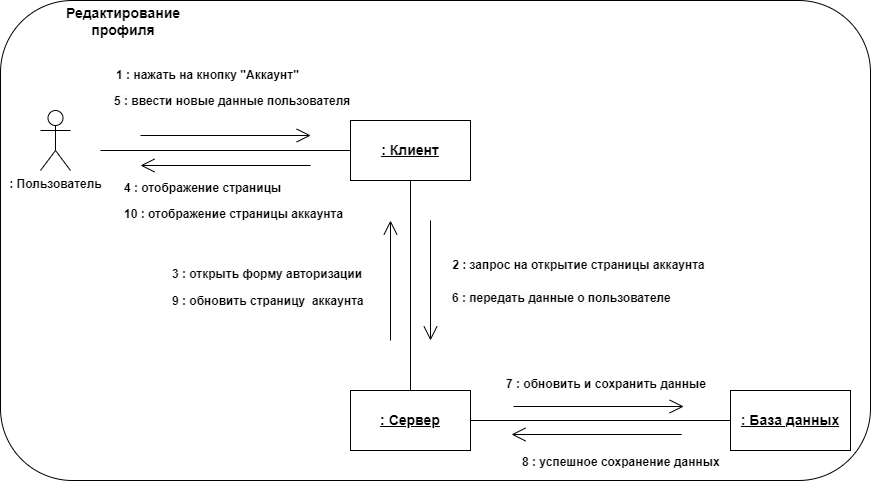
Zelelo622/TP-4.1-2 keeps this draw.io diagram as Diagrams/Диагарммы сотрудничества (Collaboration diagram)/Диаграмма сотрудничества_редактирование профиля.png. Above is the earlier version. Source tidied: cells renumbered, new cells last; positions are measured from the earlier drawing's top-left corner, leaving out a move shared by most shapes.
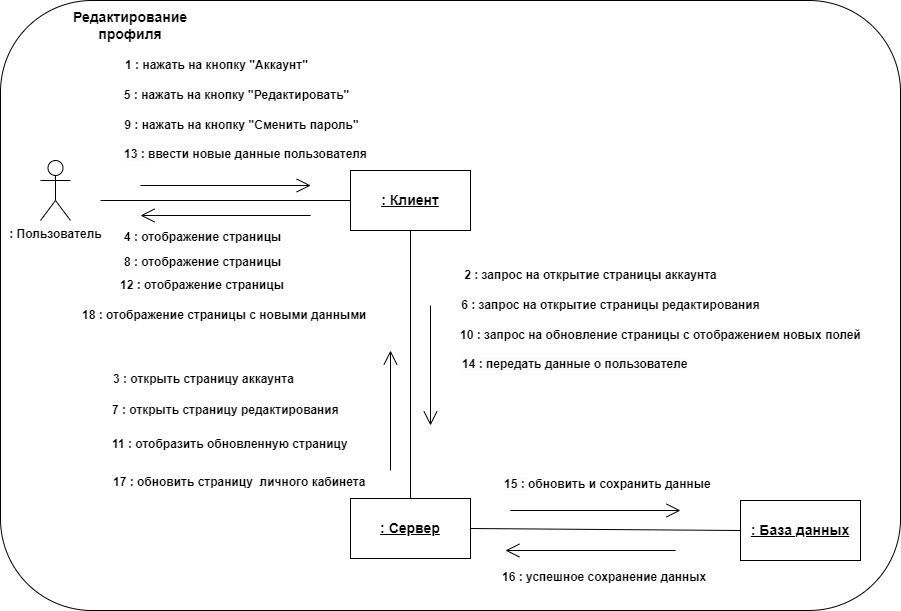
Above is the later version.

Commit message:
обновлены диаграммы последовательности, состояния, активности, use case, сотрудничества

The edit, as a diff of the source:
```diff
@@ -3,10 +3,10 @@
     <mxCell id="0" />
     <mxCell id="1" parent="0" />
     <mxCell id="2" style="rounded=1;whiteSpace=wrap;html=1;" parent="1" vertex="1">
-      <mxGeometry width="870" height="480" as="geometry" />
+      <mxGeometry y="-50" width="900" height="610" as="geometry" />
     </mxCell>
     <mxCell id="3" value="&lt;b&gt;&lt;font style=&quot;font-size: 14px;&quot;&gt;Редактирование профиля&lt;/font&gt;&lt;/b&gt;" style="text;html=1;strokeColor=none;fillColor=none;align=center;verticalAlign=middle;whiteSpace=wrap;rounded=0;" parent="1" vertex="1">
-      <mxGeometry x="53" y="6" width="140" height="30" as="geometry" />
+      <mxGeometry x="60" y="-40" width="140" height="30" as="geometry" />
     </mxCell>
     <mxCell id="4" value="&lt;b&gt;: Пользователь&lt;/b&gt;" style="shape=umlActor;verticalLabelPosition=bottom;verticalAlign=top;html=1;" parent="1" vertex="1">
       <mxGeometry x="40" y="110" width="30" height="60" as="geometry" />
@@ -15,10 +15,10 @@
       <mxGeometry x="350" y="120" width="120" height="60" as="geometry" />
     </mxCell>
     <mxCell id="6" value="&lt;b&gt;&lt;u&gt;&lt;font style=&quot;font-size: 14px;&quot;&gt;: Сервер&lt;/font&gt;&lt;/u&gt;&lt;/b&gt;" style="rounded=0;whiteSpace=wrap;html=1;" parent="1" vertex="1">
-      <mxGeometry x="350" y="390" width="120" height="60" as="geometry" />
+      <mxGeometry x="350" y="448" width="120" height="60" as="geometry" />
     </mxCell>
     <mxCell id="7" value="&lt;b&gt;&lt;u&gt;&lt;font style=&quot;font-size: 14px;&quot;&gt;: База данных&lt;/font&gt;&lt;/u&gt;&lt;/b&gt;" style="rounded=0;whiteSpace=wrap;html=1;" parent="1" vertex="1">
-      <mxGeometry x="730" y="390" width="120" height="60" as="geometry" />
+      <mxGeometry x="740" y="450" width="120" height="60" as="geometry" />
     </mxCell>
     <mxCell id="8" style="endArrow=open;html=1;rounded=0;endFill=0;endSize=12;" parent="1" edge="1">
       <mxGeometry relative="1" as="geometry">
@@ -39,14 +39,14 @@
     </mxCell>
     <mxCell id="12" style="endArrow=open;html=1;rounded=0;endFill=0;endSize=12;" parent="1" edge="1">
       <mxGeometry relative="1" as="geometry">
-        <mxPoint x="513" y="406" as="sourcePoint" />
-        <mxPoint x="683.2" y="406" as="targetPoint" />
+        <mxPoint x="509.8" y="460" as="sourcePoint" />
+        <mxPoint x="680" y="460" as="targetPoint" />
       </mxGeometry>
     </mxCell>
     <mxCell id="13" style="endArrow=none;html=1;rounded=0;endFill=0;endSize=12;startArrow=open;startFill=0;startSize=12;" parent="1" edge="1">
       <mxGeometry relative="1" as="geometry">
-        <mxPoint x="511" y="434" as="sourcePoint" />
-        <mxPoint x="681.2" y="434" as="targetPoint" />
+        <mxPoint x="504.9" y="500" as="sourcePoint" />
+        <mxPoint x="675.1" y="500" as="targetPoint" />
       </mxGeometry>
     </mxCell>
     <mxCell id="14" style="endArrow=none;html=1;rounded=0;endFill=0;endSize=12;startArrow=open;startFill=0;startSize=12;" parent="1" edge="1">
@@ -57,45 +57,69 @@
     </mxCell>
     <mxCell id="15" style="endArrow=open;html=1;rounded=0;endFill=0;endSize=12;" parent="1" edge="1">
       <mxGeometry relative="1" as="geometry">
-        <mxPoint x="430" y="220" as="sourcePoint" />
-        <mxPoint x="430" y="340" as="targetPoint" />
+        <mxPoint x="430" y="255" as="sourcePoint" />
+        <mxPoint x="430" y="375" as="targetPoint" />
       </mxGeometry>
     </mxCell>
     <mxCell id="16" style="endArrow=none;html=1;rounded=0;endFill=0;endSize=12;startArrow=open;startFill=0;startSize=12;" parent="1" edge="1">
       <mxGeometry relative="1" as="geometry">
-        <mxPoint x="390" y="220" as="sourcePoint" />
-        <mxPoint x="390" y="340" as="targetPoint" />
+        <mxPoint x="390" y="300" as="sourcePoint" />
+        <mxPoint x="390" y="420" as="targetPoint" />
       </mxGeometry>
     </mxCell>
     <mxCell id="17" value="&lt;b&gt;1 : нажать на кнопку &quot;Аккаунт&quot;&lt;/b&gt;" style="text;html=1;align=center;verticalAlign=middle;strokeColor=none;fillColor=none;" parent="1" vertex="1">
-      <mxGeometry x="102" y="60" width="210" height="30" as="geometry" />
+      <mxGeometry x="111" width="210" height="30" as="geometry" />
     </mxCell>
     <mxCell id="18" value="&lt;b&gt;2 : запрос на открытие страницы аккаунта&lt;/b&gt;" style="text;html=1;align=center;verticalAlign=middle;strokeColor=none;fillColor=none;" parent="1" vertex="1">
-      <mxGeometry x="438" y="250" width="280" height="30" as="geometry" />
+      <mxGeometry x="450" y="210" width="280" height="30" as="geometry" />
     </mxCell>
-    <mxCell id="19" value="&lt;b style=&quot;border-color: var(--border-color); color: rgb(0, 0, 0); font-family: Helvetica; font-size: 12px; font-style: normal; font-variant-ligatures: normal; font-variant-caps: normal; letter-spacing: normal; orphans: 2; text-align: center; text-indent: 0px; text-transform: none; widows: 2; word-spacing: 0px; -webkit-text-stroke-width: 0px; background-color: rgb(255, 255, 255); text-decoration-thickness: initial; text-decoration-style: initial; text-decoration-color: initial;&quot;&gt;3 : открыть форму авторизации&lt;/b&gt;" style="text;whiteSpace=wrap;html=1;" parent="1" vertex="1">
-      <mxGeometry x="170" y="260" width="210" height="30" as="geometry" />
+    <mxCell id="19" value="&lt;b style=&quot;border-color: var(--border-color); color: rgb(0, 0, 0); font-family: Helvetica; font-size: 12px; font-style: normal; font-variant-ligatures: normal; font-variant-caps: normal; letter-spacing: normal; orphans: 2; text-align: center; text-indent: 0px; text-transform: none; widows: 2; word-spacing: 0px; -webkit-text-stroke-width: 0px; background-color: rgb(255, 255, 255); text-decoration-thickness: initial; text-decoration-style: initial; text-decoration-color: initial;&quot;&gt;3 :&amp;nbsp;&lt;/b&gt;&lt;b style=&quot;border-color: var(--border-color); text-align: center; background-color: rgb(255, 255, 255);&quot;&gt;открыть страницу&amp;nbsp;аккаунта&lt;/b&gt;" style="text;whiteSpace=wrap;html=1;" parent="1" vertex="1">
+      <mxGeometry x="111" y="315" width="210" height="30" as="geometry" />
     </mxCell>
     <mxCell id="20" value="&lt;b style=&quot;border-color: var(--border-color); color: rgb(0, 0, 0); font-family: Helvetica; font-size: 12px; font-style: normal; font-variant-ligatures: normal; font-variant-caps: normal; letter-spacing: normal; orphans: 2; text-align: center; text-indent: 0px; text-transform: none; widows: 2; word-spacing: 0px; -webkit-text-stroke-width: 0px; background-color: rgb(255, 255, 255); text-decoration-thickness: initial; text-decoration-style: initial; text-decoration-color: initial;&quot;&gt;4 : отображение страницы&lt;/b&gt;" style="text;whiteSpace=wrap;html=1;" parent="1" vertex="1">
-      <mxGeometry x="122" y="174" width="170" height="30" as="geometry" />
+      <mxGeometry x="122" y="173" width="170" height="30" as="geometry" />
     </mxCell>
-    <mxCell id="21" value="&lt;b style=&quot;border-color: var(--border-color); color: rgb(0, 0, 0); font-family: Helvetica; font-size: 12px; font-style: normal; font-variant-ligatures: normal; font-variant-caps: normal; letter-spacing: normal; orphans: 2; text-align: center; text-indent: 0px; text-transform: none; widows: 2; word-spacing: 0px; -webkit-text-stroke-width: 0px; background-color: rgb(251, 251, 251); text-decoration-thickness: initial; text-decoration-style: initial; text-decoration-color: initial;&quot;&gt;5 :&amp;nbsp;&lt;/b&gt;&lt;b style=&quot;border-color: var(--border-color); text-align: center;&quot;&gt;ввести новые данные пользователя&lt;/b&gt;" style="text;whiteSpace=wrap;html=1;" parent="1" vertex="1">
-      <mxGeometry x="112" y="87" width="258" height="30" as="geometry" />
+    <mxCell id="21" value="&lt;b style=&quot;border-color: var(--border-color); color: rgb(0, 0, 0); font-family: Helvetica; font-size: 12px; font-style: normal; font-variant-ligatures: normal; font-variant-caps: normal; letter-spacing: normal; orphans: 2; text-align: center; text-indent: 0px; text-transform: none; widows: 2; word-spacing: 0px; -webkit-text-stroke-width: 0px; background-color: rgb(251, 251, 251); text-decoration-thickness: initial; text-decoration-style: initial; text-decoration-color: initial;&quot;&gt;13 :&amp;nbsp;&lt;/b&gt;&lt;b style=&quot;border-color: var(--border-color); text-align: center;&quot;&gt;ввести новые данные пользователя&lt;/b&gt;" style="text;whiteSpace=wrap;html=1;" parent="1" vertex="1">
+      <mxGeometry x="122" y="90" width="258" height="30" as="geometry" />
     </mxCell>
-    <mxCell id="22" value="&lt;b style=&quot;border-color: var(--border-color); color: rgb(0, 0, 0); font-family: Helvetica; font-size: 12px; font-style: normal; font-variant-ligatures: normal; font-variant-caps: normal; letter-spacing: normal; orphans: 2; text-align: center; text-indent: 0px; text-transform: none; widows: 2; word-spacing: 0px; -webkit-text-stroke-width: 0px; background-color: rgb(251, 251, 251); text-decoration-thickness: initial; text-decoration-style: initial; text-decoration-color: initial;&quot;&gt;6 : передать данные о пользователе&lt;/b&gt;" style="text;whiteSpace=wrap;html=1;" parent="1" vertex="1">
-      <mxGeometry x="450" y="284" width="230" height="40" as="geometry" />
+    <mxCell id="22" value="&lt;b style=&quot;border-color: var(--border-color); color: rgb(0, 0, 0); font-family: Helvetica; font-size: 12px; font-style: normal; font-variant-ligatures: normal; font-variant-caps: normal; letter-spacing: normal; orphans: 2; text-align: center; text-indent: 0px; text-transform: none; widows: 2; word-spacing: 0px; -webkit-text-stroke-width: 0px; background-color: rgb(251, 251, 251); text-decoration-thickness: initial; text-decoration-style: initial; text-decoration-color: initial;&quot;&gt;14 : передать данные о пользователе&lt;/b&gt;" style="text;whiteSpace=wrap;html=1;" parent="1" vertex="1">
+      <mxGeometry x="460" y="300" width="230" height="40" as="geometry" />
     </mxCell>
-    <mxCell id="23" value="&lt;b style=&quot;border-color: var(--border-color); color: rgb(0, 0, 0); font-family: Helvetica; font-size: 12px; font-style: normal; font-variant-ligatures: normal; font-variant-caps: normal; letter-spacing: normal; orphans: 2; text-align: center; text-indent: 0px; text-transform: none; widows: 2; word-spacing: 0px; -webkit-text-stroke-width: 0px; background-color: rgb(251, 251, 251); text-decoration-thickness: initial; text-decoration-style: initial; text-decoration-color: initial;&quot;&gt;7 :&amp;nbsp;&lt;/b&gt;&lt;b style=&quot;border-color: var(--border-color); text-align: center;&quot;&gt;обновить и сохранить данные&lt;/b&gt;" style="text;whiteSpace=wrap;html=1;" parent="1" vertex="1">
-      <mxGeometry x="504" y="370" width="206" height="40" as="geometry" />
+    <mxCell id="23" value="&lt;b style=&quot;border-color: var(--border-color); color: rgb(0, 0, 0); font-family: Helvetica; font-size: 12px; font-style: normal; font-variant-ligatures: normal; font-variant-caps: normal; letter-spacing: normal; orphans: 2; text-align: center; text-indent: 0px; text-transform: none; widows: 2; word-spacing: 0px; -webkit-text-stroke-width: 0px; background-color: rgb(251, 251, 251); text-decoration-thickness: initial; text-decoration-style: initial; text-decoration-color: initial;&quot;&gt;15 :&amp;nbsp;&lt;/b&gt;&lt;b style=&quot;border-color: var(--border-color); text-align: center;&quot;&gt;обновить и сохранить данные&lt;/b&gt;" style="text;whiteSpace=wrap;html=1;" parent="1" vertex="1">
+      <mxGeometry x="502" y="420" width="258" height="40" as="geometry" />
     </mxCell>
-    <mxCell id="24" value="&lt;b style=&quot;border-color: var(--border-color); color: rgb(0, 0, 0); font-family: Helvetica; font-size: 12px; font-style: normal; font-variant-ligatures: normal; font-variant-caps: normal; letter-spacing: normal; orphans: 2; text-align: center; text-indent: 0px; text-transform: none; widows: 2; word-spacing: 0px; -webkit-text-stroke-width: 0px; background-color: rgb(255, 255, 255); text-decoration-thickness: initial; text-decoration-style: initial; text-decoration-color: initial;&quot;&gt;8 :&amp;nbsp;&lt;/b&gt;&lt;b style=&quot;border-color: var(--border-color); text-align: center; background-color: rgb(255, 255, 255);&quot;&gt;успешное сохранение данных&lt;/b&gt;" style="text;whiteSpace=wrap;html=1;" parent="1" vertex="1">
-      <mxGeometry x="520" y="448" width="210" height="32" as="geometry" />
+    <mxCell id="24" value="&lt;b style=&quot;border-color: var(--border-color); color: rgb(0, 0, 0); font-family: Helvetica; font-size: 12px; font-style: normal; font-variant-ligatures: normal; font-variant-caps: normal; letter-spacing: normal; orphans: 2; text-align: center; text-indent: 0px; text-transform: none; widows: 2; word-spacing: 0px; -webkit-text-stroke-width: 0px; background-color: rgb(255, 255, 255); text-decoration-thickness: initial; text-decoration-style: initial; text-decoration-color: initial;&quot;&gt;16 :&amp;nbsp;&lt;/b&gt;&lt;b style=&quot;border-color: var(--border-color); text-align: center; background-color: rgb(255, 255, 255);&quot;&gt;успешное сохранение данных&lt;/b&gt;" style="text;whiteSpace=wrap;html=1;" parent="1" vertex="1">
+      <mxGeometry x="500" y="513" width="210" height="32" as="geometry" />
     </mxCell>
-    <mxCell id="25" value="&lt;b style=&quot;border-color: var(--border-color); color: rgb(0, 0, 0); font-family: Helvetica; font-size: 12px; font-style: normal; font-variant-ligatures: normal; font-variant-caps: normal; letter-spacing: normal; orphans: 2; text-align: center; text-indent: 0px; text-transform: none; widows: 2; word-spacing: 0px; -webkit-text-stroke-width: 0px; background-color: rgb(255, 255, 255); text-decoration-thickness: initial; text-decoration-style: initial; text-decoration-color: initial;&quot;&gt;9 :&amp;nbsp;&lt;/b&gt;&lt;b style=&quot;border-color: var(--border-color); text-align: center;&quot;&gt;обновить страницу&amp;nbsp; аккаунта&lt;/b&gt;" style="text;whiteSpace=wrap;html=1;" parent="1" vertex="1">
-      <mxGeometry x="170" y="287" width="200" height="40" as="geometry" />
+    <mxCell id="25" value="&lt;b style=&quot;border-color: var(--border-color); color: rgb(0, 0, 0); font-family: Helvetica; font-size: 12px; font-style: normal; font-variant-ligatures: normal; font-variant-caps: normal; letter-spacing: normal; orphans: 2; text-align: center; text-indent: 0px; text-transform: none; widows: 2; word-spacing: 0px; -webkit-text-stroke-width: 0px; background-color: rgb(255, 255, 255); text-decoration-thickness: initial; text-decoration-style: initial; text-decoration-color: initial;&quot;&gt;17 :&amp;nbsp;&lt;/b&gt;&lt;b style=&quot;border-color: var(--border-color); text-align: center;&quot;&gt;обновить страницу&amp;nbsp; личного кабинета&lt;/b&gt;" style="text;whiteSpace=wrap;html=1;" parent="1" vertex="1">
+      <mxGeometry x="111" y="418" width="260" height="32" as="geometry" />
     </mxCell>
-    <mxCell id="26" value="&lt;b style=&quot;border-color: var(--border-color); color: rgb(0, 0, 0); font-family: Helvetica; font-size: 12px; font-style: normal; font-variant-ligatures: normal; font-variant-caps: normal; letter-spacing: normal; orphans: 2; text-align: center; text-indent: 0px; text-transform: none; widows: 2; word-spacing: 0px; -webkit-text-stroke-width: 0px; background-color: rgb(255, 255, 255); text-decoration-thickness: initial; text-decoration-style: initial; text-decoration-color: initial;&quot;&gt;10 : отображение страницы аккаунта&amp;nbsp;&lt;/b&gt;" style="text;whiteSpace=wrap;html=1;" parent="1" vertex="1">
-      <mxGeometry x="122" y="200" width="240" height="30" as="geometry" />
+    <mxCell id="26" value="&lt;b style=&quot;border-color: var(--border-color); color: rgb(0, 0, 0); font-family: Helvetica; font-size: 12px; font-style: normal; font-variant-ligatures: normal; font-variant-caps: normal; letter-spacing: normal; orphans: 2; text-align: center; text-indent: 0px; text-transform: none; widows: 2; word-spacing: 0px; -webkit-text-stroke-width: 0px; background-color: rgb(255, 255, 255); text-decoration-thickness: initial; text-decoration-style: initial; text-decoration-color: initial;&quot;&gt;18 :&amp;nbsp;&lt;b style=&quot;border-color: var(--border-color);&quot;&gt;отображение страницы с новыми данными&lt;/b&gt;&amp;nbsp;&lt;/b&gt;" style="text;whiteSpace=wrap;html=1;" parent="1" vertex="1">
+      <mxGeometry x="80" y="251" width="300" height="30" as="geometry" />
     </mxCell>
+    <mxCell id="27" value="&lt;b&gt;5 :&amp;nbsp;&lt;/b&gt;&lt;b style=&quot;border-color: var(--border-color);&quot;&gt;нажать на кнопку &quot;Редактировать&quot;&lt;/b&gt;" style="text;html=1;align=center;verticalAlign=middle;strokeColor=none;fillColor=none;" parent="1" vertex="1">
+      <mxGeometry x="111" y="30" width="250" height="30" as="geometry" />
+    </mxCell>
+    <mxCell id="28" value="&lt;b&gt;6 :&amp;nbsp;&lt;/b&gt;&lt;b style=&quot;border-color: var(--border-color);&quot;&gt;запрос на открытие страницы редактирования&lt;/b&gt;" style="text;html=1;align=center;verticalAlign=middle;strokeColor=none;fillColor=none;" parent="1" vertex="1">
+      <mxGeometry x="450" y="240" width="320" height="30" as="geometry" />
+    </mxCell>
+    <mxCell id="29" value="&lt;b style=&quot;border-color: var(--border-color); color: rgb(0, 0, 0); font-family: Helvetica; font-size: 12px; font-style: normal; font-variant-ligatures: normal; font-variant-caps: normal; letter-spacing: normal; orphans: 2; text-align: center; text-indent: 0px; text-transform: none; widows: 2; word-spacing: 0px; -webkit-text-stroke-width: 0px; background-color: rgb(255, 255, 255); text-decoration-thickness: initial; text-decoration-style: initial; text-decoration-color: initial;&quot;&gt;7 :&amp;nbsp;&lt;/b&gt;&lt;b style=&quot;border-color: var(--border-color); text-align: center; background-color: rgb(255, 255, 255);&quot;&gt;открыть страницу&amp;nbsp;редактирования&lt;/b&gt;" style="text;whiteSpace=wrap;html=1;" parent="1" vertex="1">
+      <mxGeometry x="110" y="346" width="240" height="30" as="geometry" />
+    </mxCell>
+    <mxCell id="30" value="&lt;b style=&quot;border-color: var(--border-color); color: rgb(0, 0, 0); font-family: Helvetica; font-size: 12px; font-style: normal; font-variant-ligatures: normal; font-variant-caps: normal; letter-spacing: normal; orphans: 2; text-align: center; text-indent: 0px; text-transform: none; widows: 2; word-spacing: 0px; -webkit-text-stroke-width: 0px; background-color: rgb(255, 255, 255); text-decoration-thickness: initial; text-decoration-style: initial; text-decoration-color: initial;&quot;&gt;8 : отображение страницы&lt;/b&gt;" style="text;whiteSpace=wrap;html=1;" parent="1" vertex="1">
+      <mxGeometry x="122" y="198" width="170" height="30" as="geometry" />
+    </mxCell>
+    <mxCell id="31" value="&lt;b&gt;9 :&amp;nbsp;&lt;/b&gt;&lt;b style=&quot;border-color: var(--border-color);&quot;&gt;нажать на кнопку &quot;Сменить пароль&quot;&lt;/b&gt;" style="text;html=1;align=center;verticalAlign=middle;strokeColor=none;fillColor=none;" parent="1" vertex="1">
+      <mxGeometry x="111" y="60" width="260" height="30" as="geometry" />
+    </mxCell>
+    <mxCell id="32" value="&lt;b&gt;10 :&amp;nbsp;&lt;/b&gt;&lt;b style=&quot;border-color: var(--border-color);&quot;&gt;запрос на обновление страницы с отображением новых полей&lt;/b&gt;" style="text;html=1;align=center;verticalAlign=middle;strokeColor=none;fillColor=none;" parent="1" vertex="1">
+      <mxGeometry x="450" y="270" width="420" height="30" as="geometry" />
+    </mxCell>
+    <mxCell id="33" value="&lt;b style=&quot;border-color: var(--border-color); color: rgb(0, 0, 0); font-family: Helvetica; font-size: 12px; font-style: normal; font-variant-ligatures: normal; font-variant-caps: normal; letter-spacing: normal; orphans: 2; text-align: center; text-indent: 0px; text-transform: none; widows: 2; word-spacing: 0px; -webkit-text-stroke-width: 0px; background-color: rgb(255, 255, 255); text-decoration-thickness: initial; text-decoration-style: initial; text-decoration-color: initial;&quot;&gt;11 :&amp;nbsp;&lt;/b&gt;&lt;b style=&quot;border-color: var(--border-color); text-align: center; background-color: rgb(255, 255, 255);&quot;&gt;отобразить обновленную страницу&amp;nbsp;&lt;/b&gt;" style="text;whiteSpace=wrap;html=1;" parent="1" vertex="1">
+      <mxGeometry x="110" y="380" width="266" height="30" as="geometry" />
+    </mxCell>
+    <mxCell id="34" value="&lt;b style=&quot;border-color: var(--border-color); color: rgb(0, 0, 0); font-family: Helvetica; font-size: 12px; font-style: normal; font-variant-ligatures: normal; font-variant-caps: normal; letter-spacing: normal; orphans: 2; text-align: center; text-indent: 0px; text-transform: none; widows: 2; word-spacing: 0px; -webkit-text-stroke-width: 0px; background-color: rgb(255, 255, 255); text-decoration-thickness: initial; text-decoration-style: initial; text-decoration-color: initial;&quot;&gt;12 : отображение страницы&lt;/b&gt;" style="text;whiteSpace=wrap;html=1;" parent="1" vertex="1">
+      <mxGeometry x="118" y="221" width="170" height="30" as="geometry" />
+    </mxCell>
   </root>
 </mxGraphModel>
```
